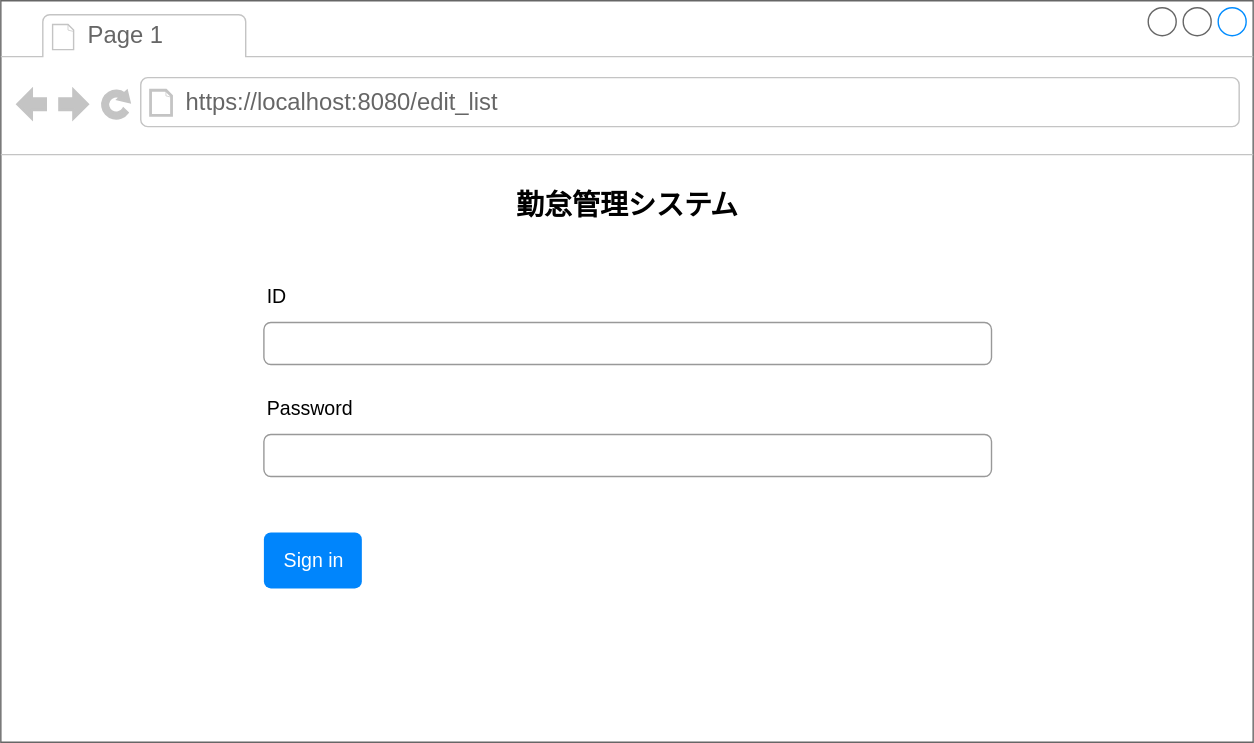
ICT-Training-2026/team-project-15 keeps this draw.io diagram as 基本設計/画面設計図/00_login.drawio.svg. Above is the earlier version. Source tidied: cells renumbered, new cells last; positions are measured from the earlier drawing's top-left corner, leaving out a move shared by most shapes.
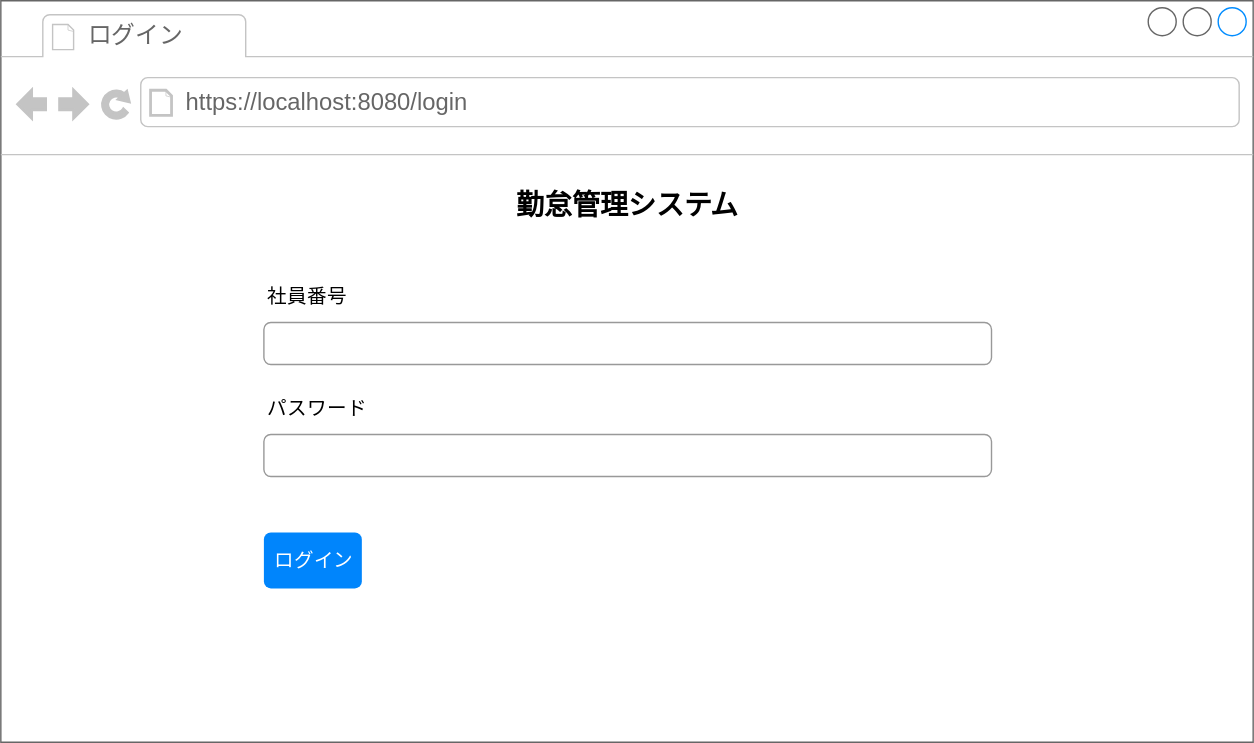
Above is the later version.

What changed in the source:
```diff
@@ -5,16 +5,16 @@
     <mxCell id="2" style="strokeWidth=1;shadow=0;dashed=0;align=center;html=1;shape=mxgraph.mockup.containers.browserWindow;rSize=0;strokeColor=#666666;strokeColor2=#008cff;strokeColor3=#c4c4c4;mainText=,;" parent="1" vertex="1">
       <mxGeometry width="895" height="530" as="geometry" />
     </mxCell>
-    <mxCell id="3" value="Page 1" style="strokeWidth=1;shadow=0;dashed=0;align=center;html=1;shape=mxgraph.mockup.containers.anchor;fontSize=17;fontColor=#666666;align=left;whiteSpace=wrap;" parent="2" vertex="1">
+    <mxCell id="3" value="ログイン" style="strokeWidth=1;shadow=0;dashed=0;align=center;html=1;shape=mxgraph.mockup.containers.anchor;fontSize=17;fontColor=#666666;align=left;whiteSpace=wrap;" parent="2" vertex="1">
       <mxGeometry x="60" y="12" width="110" height="26" as="geometry" />
     </mxCell>
-    <mxCell id="4" value="https://localhost:8080/edit_list" style="strokeWidth=1;shadow=0;dashed=0;align=center;html=1;shape=mxgraph.mockup.containers.anchor;rSize=0;fontSize=17;fontColor=#666666;align=left;" parent="2" vertex="1">
+    <mxCell id="4" value="https://localhost:8080/login" style="strokeWidth=1;shadow=0;dashed=0;align=center;html=1;shape=mxgraph.mockup.containers.anchor;rSize=0;fontSize=17;fontColor=#666666;align=left;" parent="2" vertex="1">
       <mxGeometry x="130" y="60" width="250" height="26" as="geometry" />
     </mxCell>
     <mxCell id="5" value="&lt;span style=&quot;font-size: 20px;&quot;&gt;&lt;b&gt;勤怠管理システム&lt;/b&gt;&lt;/span&gt;" style="text;html=1;align=center;verticalAlign=middle;whiteSpace=wrap;rounded=0;" parent="2" vertex="1">
       <mxGeometry x="330" y="130" width="235" height="30" as="geometry" />
     </mxCell>
-    <mxCell id="6" value="ID" style="fillColor=none;strokeColor=none;align=left;fontSize=14;" parent="2" vertex="1">
+    <mxCell id="6" value="社員番号" style="fillColor=none;strokeColor=none;align=left;fontSize=14;" parent="2" vertex="1">
       <mxGeometry width="260" height="40" relative="1" as="geometry">
         <mxPoint x="188" y="190" as="offset" />
       </mxGeometry>
@@ -24,7 +24,7 @@
         <mxPoint x="188" y="230" as="offset" />
       </mxGeometry>
     </mxCell>
-    <mxCell id="8" value="Password" style="fillColor=none;strokeColor=none;align=left;fontSize=14;" parent="2" vertex="1">
+    <mxCell id="8" value="パスワード" style="fillColor=none;strokeColor=none;align=left;fontSize=14;" parent="2" vertex="1">
       <mxGeometry width="260" height="40" relative="1" as="geometry">
         <mxPoint x="188" y="270" as="offset" />
       </mxGeometry>
@@ -34,7 +34,7 @@
         <mxPoint x="188" y="310" as="offset" />
       </mxGeometry>
     </mxCell>
-    <mxCell id="10" value="Sign in" style="html=1;shadow=0;dashed=0;shape=mxgraph.bootstrap.rrect;rSize=5;fillColor=#0085FC;strokeColor=none;align=center;fontSize=14;fontColor=#FFFFFF;" parent="2" vertex="1">
+    <mxCell id="10" value="ログイン" style="html=1;shadow=0;dashed=0;shape=mxgraph.bootstrap.rrect;rSize=5;fillColor=#0085FC;strokeColor=none;align=center;fontSize=14;fontColor=#FFFFFF;" parent="2" vertex="1">
       <mxGeometry width="70" height="40" relative="1" as="geometry">
         <mxPoint x="188" y="380" as="offset" />
       </mxGeometry>
```
